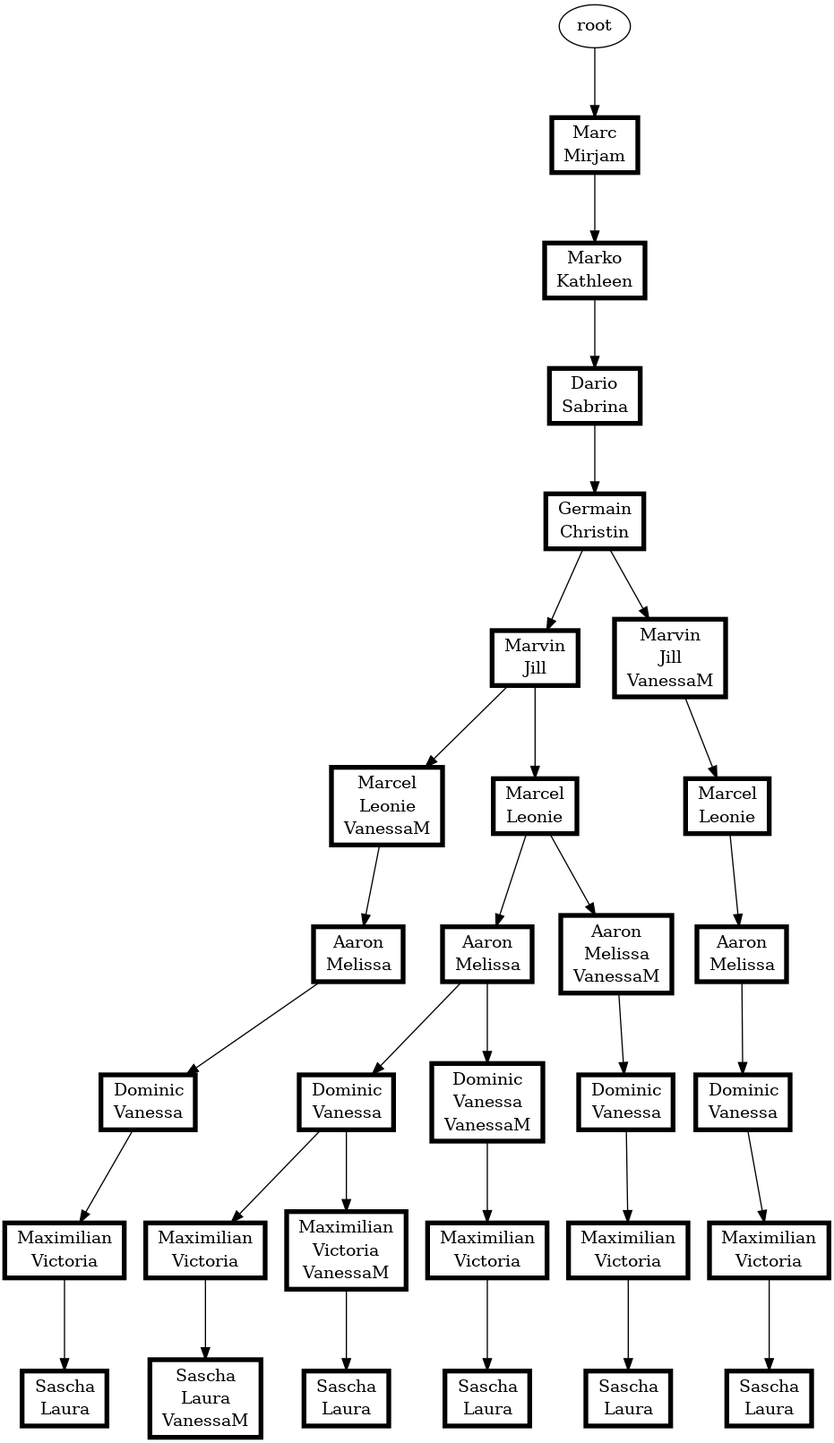
atticus-sullivan/sim-ayto keeps this Graphviz diagram as s02/s02.png. Above is the earlier version. Its source is kept beside it as s02/s02.dot.
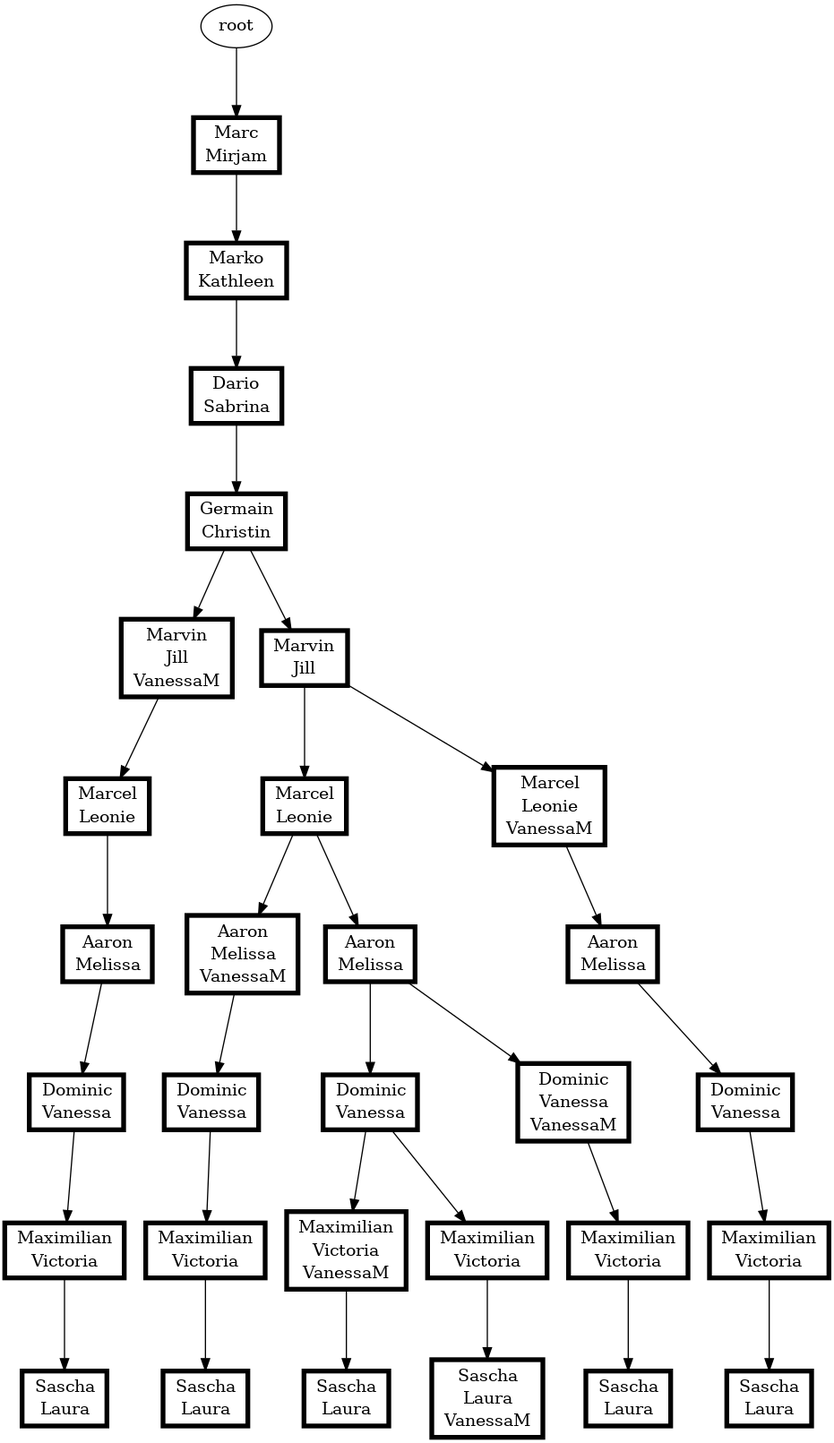
After the change.

The edit, as a diff of the source:
```diff
@@ -1,63 +1,63 @@
 digraph D {
 ranksep=0.8;
+{"root|5|7|7|3|2|8|4|1|8|2|6|5,11|1|6|3|9|9|10|10|4"[shape="record" penwidth=4.0 color="black" label=<<table border="0" cellborder="0" cellspacing="0"><tr><td>Sascha</td></tr><tr><td>Laura</td></tr></table>>]}
+"root|5|7|7|3|2|8|4|1|8|2|6|5,11|1|6|3|9|9|10" -> {"root|5|7|7|3|2|8|4|1|8|2|6|5,11|1|6|3|9|9|10|10|4"}
+{"root|5|7|7|3|2|8|4|1|8|2,11"[shape="record" penwidth=4.0 color="black" label=<<table border="0" cellborder="0" cellspacing="0"><tr><td>Marvin</td></tr><tr><td>Jill</td></tr><tr><td>VanessaM</td></tr></table>>]}
+"root|5|7|7|3|2|8|4|1" -> {"root|5|7|7|3|2|8|4|1|8|2,11"}
+{"root|5|7|7|3|2|8|4|1|8|2|6|5"[shape="record" penwidth=4.0 color="black" label=<<table border="0" cellborder="0" cellspacing="0"><tr><td>Marcel</td></tr><tr><td>Leonie</td></tr></table>>]}
+"root|5|7|7|3|2|8|4|1|8|2" -> {"root|5|7|7|3|2|8|4|1|8|2|6|5"}
+{"root|5|7|7|3|2|8|4|1|8|2|6|5|1|6|3|9|9|10,11|10|4"[shape="record" penwidth=4.0 color="black" label=<<table border="0" cellborder="0" cellspacing="0"><tr><td>Sascha</td></tr><tr><td>Laura</td></tr></table>>]}
+"root|5|7|7|3|2|8|4|1|8|2|6|5|1|6|3|9|9|10,11" -> {"root|5|7|7|3|2|8|4|1|8|2|6|5|1|6|3|9|9|10,11|10|4"}
+{"root|5|7|7|3|2|8|4|1|8|2|6|5|1|6,11"[shape="record" penwidth=4.0 color="black" label=<<table border="0" cellborder="0" cellspacing="0"><tr><td>Aaron</td></tr><tr><td>Melissa</td></tr><tr><td>VanessaM</td></tr></table>>]}
+"root|5|7|7|3|2|8|4|1|8|2|6|5" -> {"root|5|7|7|3|2|8|4|1|8|2|6|5|1|6,11"}
+{"root|5|7|7|3|2|8|4|1|8|2|6|5|1|6|3|9"[shape="record" penwidth=4.0 color="black" label=<<table border="0" cellborder="0" cellspacing="0"><tr><td>Dominic</td></tr><tr><td>Vanessa</td></tr></table>>]}
+"root|5|7|7|3|2|8|4|1|8|2|6|5|1|6" -> {"root|5|7|7|3|2|8|4|1|8|2|6|5|1|6|3|9"}
+{"root|5|7|7|3|2|8|4|1|8|2|6|5|1|6,11|3|9|9|10|10|4"[shape="record" penwidth=4.0 color="black" label=<<table border="0" cellborder="0" cellspacing="0"><tr><td>Sascha</td></tr><tr><td>Laura</td></tr></table>>]}
+"root|5|7|7|3|2|8|4|1|8|2|6|5|1|6,11|3|9|9|10" -> {"root|5|7|7|3|2|8|4|1|8|2|6|5|1|6,11|3|9|9|10|10|4"}
+{"root|5|7|7|3|2|8|4|1|8|2|6|5|1|6|3|9|9|10,11"[shape="record" penwidth=4.0 color="black" label=<<table border="0" cellborder="0" cellspacing="0"><tr><td>Maximilian</td></tr><tr><td>Victoria</td></tr><tr><td>VanessaM</td></tr></table>>]}
+"root|5|7|7|3|2|8|4|1|8|2|6|5|1|6|3|9" -> {"root|5|7|7|3|2|8|4|1|8|2|6|5|1|6|3|9|9|10,11"}
+{"root|5|7|7|3|2|8|4|1|8|2|6|5|1|6|3|9,11"[shape="record" penwidth=4.0 color="black" label=<<table border="0" cellborder="0" cellspacing="0"><tr><td>Dominic</td></tr><tr><td>Vanessa</td></tr><tr><td>VanessaM</td></tr></table>>]}
+"root|5|7|7|3|2|8|4|1|8|2|6|5|1|6" -> {"root|5|7|7|3|2|8|4|1|8|2|6|5|1|6|3|9,11"}
+{"root|5|7|7|3|2|8|4|1|8|2|6|5|1|6|3|9|9|10|10|4,11"[shape="record" penwidth=4.0 color="black" label=<<table border="0" cellborder="0" cellspacing="0"><tr><td>Sascha</td></tr><tr><td>Laura</td></tr><tr><td>VanessaM</td></tr></table>>]}
+"root|5|7|7|3|2|8|4|1|8|2|6|5|1|6|3|9|9|10" -> {"root|5|7|7|3|2|8|4|1|8|2|6|5|1|6|3|9|9|10|10|4,11"}
+{"root|5|7|7|3|2|8|4|1|8|2|6|5|1|6|3|9|9|10"[shape="record" penwidth=4.0 color="black" label=<<table border="0" cellborder="0" cellspacing="0"><tr><td>Maximilian</td></tr><tr><td>Victoria</td></tr></table>>]}
+"root|5|7|7|3|2|8|4|1|8|2|6|5|1|6|3|9" -> {"root|5|7|7|3|2|8|4|1|8|2|6|5|1|6|3|9|9|10"}
+{"root|5|7|7|3|2|8|4|1|8|2|6|5|1|6|3|9,11|9|10|10|4"[shape="record" penwidth=4.0 color="black" label=<<table border="0" cellborder="0" cellspacing="0"><tr><td>Sascha</td></tr><tr><td>Laura</td></tr></table>>]}
+"root|5|7|7|3|2|8|4|1|8|2|6|5|1|6|3|9,11|9|10" -> {"root|5|7|7|3|2|8|4|1|8|2|6|5|1|6|3|9,11|9|10|10|4"}
+{"root|5|7|7|3|2|8|4|1|8|2|6|5,11|1|6"[shape="record" penwidth=4.0 color="black" label=<<table border="0" cellborder="0" cellspacing="0"><tr><td>Aaron</td></tr><tr><td>Melissa</td></tr></table>>]}
+"root|5|7|7|3|2|8|4|1|8|2|6|5,11" -> {"root|5|7|7|3|2|8|4|1|8|2|6|5,11|1|6"}
+{"root|5|7|7|3|2|8|4|1|8|2|6|5|1|6|3|9,11|9|10"[shape="record" penwidth=4.0 color="black" label=<<table border="0" cellborder="0" cellspacing="0"><tr><td>Maximilian</td></tr><tr><td>Victoria</td></tr></table>>]}
+"root|5|7|7|3|2|8|4|1|8|2|6|5|1|6|3|9,11" -> {"root|5|7|7|3|2|8|4|1|8|2|6|5|1|6|3|9,11|9|10"}
+{"root|5|7|7|3|2|8|4|1|8|2|6|5|1|6"[shape="record" penwidth=4.0 color="black" label=<<table border="0" cellborder="0" cellspacing="0"><tr><td>Aaron</td></tr><tr><td>Melissa</td></tr></table>>]}
+"root|5|7|7|3|2|8|4|1|8|2|6|5" -> {"root|5|7|7|3|2|8|4|1|8|2|6|5|1|6"}
 {"root|5|7|7|3|2|8|4|1|8|2,11|6|5|1|6|3|9|9|10"[shape="record" penwidth=4.0 color="black" label=<<table border="0" cellborder="0" cellspacing="0"><tr><td>Maximilian</td></tr><tr><td>Victoria</td></tr></table>>]}
 "root|5|7|7|3|2|8|4|1|8|2,11|6|5|1|6|3|9" -> {"root|5|7|7|3|2|8|4|1|8|2,11|6|5|1|6|3|9|9|10"}
-{"root|5|7|7|3|2|8|4|1|8|2|6|5|1|6|3|9"[shape="record" penwidth=4.0 color="black" label=<<table border="0" cellborder="0" cellspacing="0"><tr><td>Dominic</td></tr><tr><td>Vanessa</td></tr></table>>]}
-"root|5|7|7|3|2|8|4|1|8|2|6|5|1|6" -> {"root|5|7|7|3|2|8|4|1|8|2|6|5|1|6|3|9"}
-{"root|5|7|7|3|2|8|4|1|8|2|6|5,11"[shape="record" penwidth=4.0 color="black" label=<<table border="0" cellborder="0" cellspacing="0"><tr><td>Marcel</td></tr><tr><td>Leonie</td></tr><tr><td>VanessaM</td></tr></table>>]}
-"root|5|7|7|3|2|8|4|1|8|2" -> {"root|5|7|7|3|2|8|4|1|8|2|6|5,11"}
-{"root|5|7|7|3|2|8|4|1|8|2|6|5|1|6,11|3|9|9|10|10|4"[shape="record" penwidth=4.0 color="black" label=<<table border="0" cellborder="0" cellspacing="0"><tr><td>Sascha</td></tr><tr><td>Laura</td></tr></table>>]}
-"root|5|7|7|3|2|8|4|1|8|2|6|5|1|6,11|3|9|9|10" -> {"root|5|7|7|3|2|8|4|1|8|2|6|5|1|6,11|3|9|9|10|10|4"}
-{"root|5|7|7|3|2|8|4|1|8|2|6|5|1|6|3|9|9|10|10|4,11"[shape="record" penwidth=4.0 color="black" label=<<table border="0" cellborder="0" cellspacing="0"><tr><td>Sascha</td></tr><tr><td>Laura</td></tr><tr><td>VanessaM</td></tr></table>>]}
-"root|5|7|7|3|2|8|4|1|8|2|6|5|1|6|3|9|9|10" -> {"root|5|7|7|3|2|8|4|1|8|2|6|5|1|6|3|9|9|10|10|4,11"}
-{"root|5|7|7|3|2|8|4|1|8|2|6|5|1|6|3|9,11|9|10|10|4"[shape="record" penwidth=4.0 color="black" label=<<table border="0" cellborder="0" cellspacing="0"><tr><td>Sascha</td></tr><tr><td>Laura</td></tr></table>>]}
-"root|5|7|7|3|2|8|4|1|8|2|6|5|1|6|3|9,11|9|10" -> {"root|5|7|7|3|2|8|4|1|8|2|6|5|1|6|3|9,11|9|10|10|4"}
-{"root|5|7|7|3|2|8|4|1|8|2|6|5|1|6|3|9|9|10"[shape="record" penwidth=4.0 color="black" label=<<table border="0" cellborder="0" cellspacing="0"><tr><td>Maximilian</td></tr><tr><td>Victoria</td></tr></table>>]}
-"root|5|7|7|3|2|8|4|1|8|2|6|5|1|6|3|9" -> {"root|5|7|7|3|2|8|4|1|8|2|6|5|1|6|3|9|9|10"}
-{"root|5|7|7|3|2|8|4|1|8|2|6|5,11|1|6|3|9|9|10"[shape="record" penwidth=4.0 color="black" label=<<table border="0" cellborder="0" cellspacing="0"><tr><td>Maximilian</td></tr><tr><td>Victoria</td></tr></table>>]}
-"root|5|7|7|3|2|8|4|1|8|2|6|5,11|1|6|3|9" -> {"root|5|7|7|3|2|8|4|1|8|2|6|5,11|1|6|3|9|9|10"}
-{"root|5|7|7|3|2|8|4|1|8|2,11|6|5"[shape="record" penwidth=4.0 color="black" label=<<table border="0" cellborder="0" cellspacing="0"><tr><td>Marcel</td></tr><tr><td>Leonie</td></tr></table>>]}
-"root|5|7|7|3|2|8|4|1|8|2,11" -> {"root|5|7|7|3|2|8|4|1|8|2,11|6|5"}
-{"root|5|7|7|3|2|8"[shape="record" penwidth=4.0 color="black" label=<<table border="0" cellborder="0" cellspacing="0"><tr><td>Dario</td></tr><tr><td>Sabrina</td></tr></table>>]}
-"root|5|7|7|3" -> {"root|5|7|7|3|2|8"}
-{"root|5|7|7|3|2|8|4|1|8|2|6|5|1|6|3|9,11"[shape="record" penwidth=4.0 color="black" label=<<table border="0" cellborder="0" cellspacing="0"><tr><td>Dominic</td></tr><tr><td>Vanessa</td></tr><tr><td>VanessaM</td></tr></table>>]}
-"root|5|7|7|3|2|8|4|1|8|2|6|5|1|6" -> {"root|5|7|7|3|2|8|4|1|8|2|6|5|1|6|3|9,11"}
-{"root|5|7|7|3"[shape="record" penwidth=4.0 color="black" label=<<table border="0" cellborder="0" cellspacing="0"><tr><td>Marko</td></tr><tr><td>Kathleen</td></tr></table>>]}
-"root|5|7" -> {"root|5|7|7|3"}
-{"root|5|7|7|3|2|8|4|1|8|2|6|5,11|1|6"[shape="record" penwidth=4.0 color="black" label=<<table border="0" cellborder="0" cellspacing="0"><tr><td>Aaron</td></tr><tr><td>Melissa</td></tr></table>>]}
-"root|5|7|7|3|2|8|4|1|8|2|6|5,11" -> {"root|5|7|7|3|2|8|4|1|8|2|6|5,11|1|6"}
-{"root|5|7|7|3|2|8|4|1|8|2|6|5"[shape="record" penwidth=4.0 color="black" label=<<table border="0" cellborder="0" cellspacing="0"><tr><td>Marcel</td></tr><tr><td>Leonie</td></tr></table>>]}
-"root|5|7|7|3|2|8|4|1|8|2" -> {"root|5|7|7|3|2|8|4|1|8|2|6|5"}
-{"root|5|7|7|3|2|8|4|1|8|2,11|6|5|1|6|3|9|9|10|10|4"[shape="record" penwidth=4.0 color="black" label=<<table border="0" cellborder="0" cellspacing="0"><tr><td>Sascha</td></tr><tr><td>Laura</td></tr></table>>]}
-"root|5|7|7|3|2|8|4|1|8|2,11|6|5|1|6|3|9|9|10" -> {"root|5|7|7|3|2|8|4|1|8|2,11|6|5|1|6|3|9|9|10|10|4"}
-{"root|5|7|7|3|2|8|4|1|8|2|6|5|1|6|3|9|9|10,11"[shape="record" penwidth=4.0 color="black" label=<<table border="0" cellborder="0" cellspacing="0"><tr><td>Maximilian</td></tr><tr><td>Victoria</td></tr><tr><td>VanessaM</td></tr></table>>]}
-"root|5|7|7|3|2|8|4|1|8|2|6|5|1|6|3|9" -> {"root|5|7|7|3|2|8|4|1|8|2|6|5|1|6|3|9|9|10,11"}
-{"root|5|7|7|3|2|8|4|1|8|2,11|6|5|1|6"[shape="record" penwidth=4.0 color="black" label=<<table border="0" cellborder="0" cellspacing="0"><tr><td>Aaron</td></tr><tr><td>Melissa</td></tr></table>>]}
-"root|5|7|7|3|2|8|4|1|8|2,11|6|5" -> {"root|5|7|7|3|2|8|4|1|8|2,11|6|5|1|6"}
 {"root|5|7|7|3|2|8|4|1|8|2|6|5|1|6,11|3|9"[shape="record" penwidth=4.0 color="black" label=<<table border="0" cellborder="0" cellspacing="0"><tr><td>Dominic</td></tr><tr><td>Vanessa</td></tr></table>>]}
 "root|5|7|7|3|2|8|4|1|8|2|6|5|1|6,11" -> {"root|5|7|7|3|2|8|4|1|8|2|6|5|1|6,11|3|9"}
-{"root|5|7|7|3|2|8|4|1|8|2,11"[shape="record" penwidth=4.0 color="black" label=<<table border="0" cellborder="0" cellspacing="0"><tr><td>Marvin</td></tr><tr><td>Jill</td></tr><tr><td>VanessaM</td></tr></table>>]}
-"root|5|7|7|3|2|8|4|1" -> {"root|5|7|7|3|2|8|4|1|8|2,11"}
+{"root|5|7|7|3|2|8|4|1|8|2"[shape="record" penwidth=4.0 color="black" label=<<table border="0" cellborder="0" cellspacing="0"><tr><td>Marvin</td></tr><tr><td>Jill</td></tr></table>>]}
+"root|5|7|7|3|2|8|4|1" -> {"root|5|7|7|3|2|8|4|1|8|2"}
 {"root|5|7"[shape="record" penwidth=4.0 color="black" label=<<table border="0" cellborder="0" cellspacing="0"><tr><td>Marc</td></tr><tr><td>Mirjam</td></tr></table>>]}
 "root" -> {"root|5|7"}
-{"root|5|7|7|3|2|8|4|1|8|2|6|5,11|1|6|3|9|9|10|10|4"[shape="record" penwidth=4.0 color="black" label=<<table border="0" cellborder="0" cellspacing="0"><tr><td>Sascha</td></tr><tr><td>Laura</td></tr></table>>]}
-"root|5|7|7|3|2|8|4|1|8|2|6|5,11|1|6|3|9|9|10" -> {"root|5|7|7|3|2|8|4|1|8|2|6|5,11|1|6|3|9|9|10|10|4"}
-{"root|5|7|7|3|2|8|4|1|8|2"[shape="record" penwidth=4.0 color="black" label=<<table border="0" cellborder="0" cellspacing="0"><tr><td>Marvin</td></tr><tr><td>Jill</td></tr></table>>]}
-"root|5|7|7|3|2|8|4|1" -> {"root|5|7|7|3|2|8|4|1|8|2"}
-{"root|5|7|7|3|2|8|4|1|8|2|6|5|1|6,11"[shape="record" penwidth=4.0 color="black" label=<<table border="0" cellborder="0" cellspacing="0"><tr><td>Aaron</td></tr><tr><td>Melissa</td></tr><tr><td>VanessaM</td></tr></table>>]}
-"root|5|7|7|3|2|8|4|1|8|2|6|5" -> {"root|5|7|7|3|2|8|4|1|8|2|6|5|1|6,11"}
-{"root|5|7|7|3|2|8|4|1|8|2|6|5|1|6|3|9|9|10,11|10|4"[shape="record" penwidth=4.0 color="black" label=<<table border="0" cellborder="0" cellspacing="0"><tr><td>Sascha</td></tr><tr><td>Laura</td></tr></table>>]}
-"root|5|7|7|3|2|8|4|1|8|2|6|5|1|6|3|9|9|10,11" -> {"root|5|7|7|3|2|8|4|1|8|2|6|5|1|6|3|9|9|10,11|10|4"}
-{"root|5|7|7|3|2|8|4|1|8|2|6|5|1|6|3|9,11|9|10"[shape="record" penwidth=4.0 color="black" label=<<table border="0" cellborder="0" cellspacing="0"><tr><td>Maximilian</td></tr><tr><td>Victoria</td></tr></table>>]}
-"root|5|7|7|3|2|8|4|1|8|2|6|5|1|6|3|9,11" -> {"root|5|7|7|3|2|8|4|1|8|2|6|5|1|6|3|9,11|9|10"}
-{"root|5|7|7|3|2|8|4|1|8|2|6|5,11|1|6|3|9"[shape="record" penwidth=4.0 color="black" label=<<table border="0" cellborder="0" cellspacing="0"><tr><td>Dominic</td></tr><tr><td>Vanessa</td></tr></table>>]}
-"root|5|7|7|3|2|8|4|1|8|2|6|5,11|1|6" -> {"root|5|7|7|3|2|8|4|1|8|2|6|5,11|1|6|3|9"}
-{"root|5|7|7|3|2|8|4|1|8|2|6|5|1|6"[shape="record" penwidth=4.0 color="black" label=<<table border="0" cellborder="0" cellspacing="0"><tr><td>Aaron</td></tr><tr><td>Melissa</td></tr></table>>]}
-"root|5|7|7|3|2|8|4|1|8|2|6|5" -> {"root|5|7|7|3|2|8|4|1|8|2|6|5|1|6"}
-{"root|5|7|7|3|2|8|4|1|8|2,11|6|5|1|6|3|9"[shape="record" penwidth=4.0 color="black" label=<<table border="0" cellborder="0" cellspacing="0"><tr><td>Dominic</td></tr><tr><td>Vanessa</td></tr></table>>]}
-"root|5|7|7|3|2|8|4|1|8|2,11|6|5|1|6" -> {"root|5|7|7|3|2|8|4|1|8|2,11|6|5|1|6|3|9"}
 {"root|5|7|7|3|2|8|4|1|8|2|6|5|1|6,11|3|9|9|10"[shape="record" penwidth=4.0 color="black" label=<<table border="0" cellborder="0" cellspacing="0"><tr><td>Maximilian</td></tr><tr><td>Victoria</td></tr></table>>]}
 "root|5|7|7|3|2|8|4|1|8|2|6|5|1|6,11|3|9" -> {"root|5|7|7|3|2|8|4|1|8|2|6|5|1|6,11|3|9|9|10"}
 {"root|5|7|7|3|2|8|4|1"[shape="record" penwidth=4.0 color="black" label=<<table border="0" cellborder="0" cellspacing="0"><tr><td>Germain</td></tr><tr><td>Christin</td></tr></table>>]}
 "root|5|7|7|3|2|8" -> {"root|5|7|7|3|2|8|4|1"}
+{"root|5|7|7|3|2|8"[shape="record" penwidth=4.0 color="black" label=<<table border="0" cellborder="0" cellspacing="0"><tr><td>Dario</td></tr><tr><td>Sabrina</td></tr></table>>]}
+"root|5|7|7|3" -> {"root|5|7|7|3|2|8"}
+{"root|5|7|7|3"[shape="record" penwidth=4.0 color="black" label=<<table border="0" cellborder="0" cellspacing="0"><tr><td>Marko</td></tr><tr><td>Kathleen</td></tr></table>>]}
+"root|5|7" -> {"root|5|7|7|3"}
+{"root|5|7|7|3|2|8|4|1|8|2|6|5,11|1|6|3|9|9|10"[shape="record" penwidth=4.0 color="black" label=<<table border="0" cellborder="0" cellspacing="0"><tr><td>Maximilian</td></tr><tr><td>Victoria</td></tr></table>>]}
+"root|5|7|7|3|2|8|4|1|8|2|6|5,11|1|6|3|9" -> {"root|5|7|7|3|2|8|4|1|8|2|6|5,11|1|6|3|9|9|10"}
+{"root|5|7|7|3|2|8|4|1|8|2|6|5,11|1|6|3|9"[shape="record" penwidth=4.0 color="black" label=<<table border="0" cellborder="0" cellspacing="0"><tr><td>Dominic</td></tr><tr><td>Vanessa</td></tr></table>>]}
+"root|5|7|7|3|2|8|4|1|8|2|6|5,11|1|6" -> {"root|5|7|7|3|2|8|4|1|8|2|6|5,11|1|6|3|9"}
+{"root|5|7|7|3|2|8|4|1|8|2,11|6|5|1|6"[shape="record" penwidth=4.0 color="black" label=<<table border="0" cellborder="0" cellspacing="0"><tr><td>Aaron</td></tr><tr><td>Melissa</td></tr></table>>]}
+"root|5|7|7|3|2|8|4|1|8|2,11|6|5" -> {"root|5|7|7|3|2|8|4|1|8|2,11|6|5|1|6"}
+{"root|5|7|7|3|2|8|4|1|8|2|6|5,11"[shape="record" penwidth=4.0 color="black" label=<<table border="0" cellborder="0" cellspacing="0"><tr><td>Marcel</td></tr><tr><td>Leonie</td></tr><tr><td>VanessaM</td></tr></table>>]}
+"root|5|7|7|3|2|8|4|1|8|2" -> {"root|5|7|7|3|2|8|4|1|8|2|6|5,11"}
+{"root|5|7|7|3|2|8|4|1|8|2,11|6|5"[shape="record" penwidth=4.0 color="black" label=<<table border="0" cellborder="0" cellspacing="0"><tr><td>Marcel</td></tr><tr><td>Leonie</td></tr></table>>]}
+"root|5|7|7|3|2|8|4|1|8|2,11" -> {"root|5|7|7|3|2|8|4|1|8|2,11|6|5"}
+{"root|5|7|7|3|2|8|4|1|8|2,11|6|5|1|6|3|9"[shape="record" penwidth=4.0 color="black" label=<<table border="0" cellborder="0" cellspacing="0"><tr><td>Dominic</td></tr><tr><td>Vanessa</td></tr></table>>]}
+"root|5|7|7|3|2|8|4|1|8|2,11|6|5|1|6" -> {"root|5|7|7|3|2|8|4|1|8|2,11|6|5|1|6|3|9"}
+{"root|5|7|7|3|2|8|4|1|8|2,11|6|5|1|6|3|9|9|10|10|4"[shape="record" penwidth=4.0 color="black" label=<<table border="0" cellborder="0" cellspacing="0"><tr><td>Sascha</td></tr><tr><td>Laura</td></tr></table>>]}
+"root|5|7|7|3|2|8|4|1|8|2,11|6|5|1|6|3|9|9|10" -> {"root|5|7|7|3|2|8|4|1|8|2,11|6|5|1|6|3|9|9|10|10|4"}
 }
```
